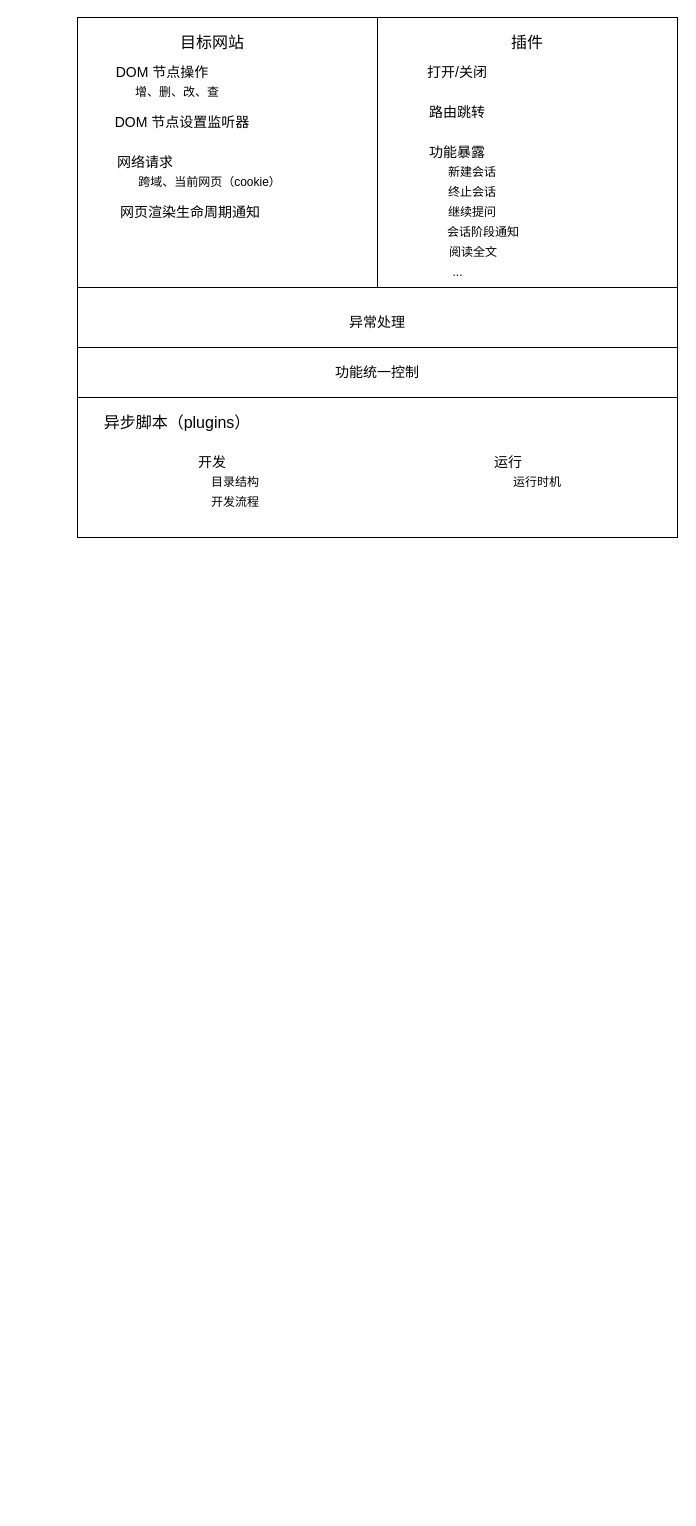
Earlier version of the draw.io diagram file/page-extension.drawio (LLwill/drow.io). Source tidied: cells renumbered, new cells numbered last; positions are measured from the earlier drawing's top-left corner, leaving out a move shared by most shapes. Both pictures are drawn from the tidied source at 100%, with x=0, y=0 at pixel (77, 17).
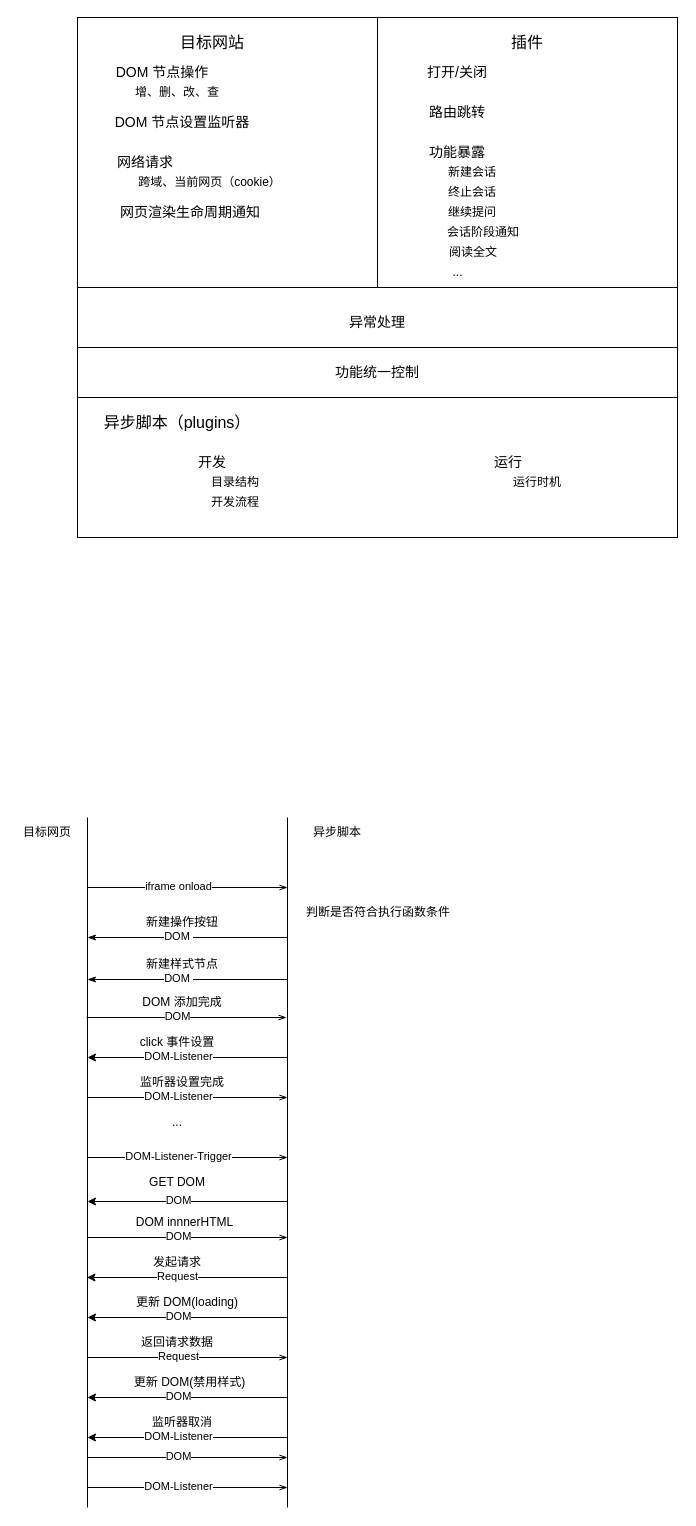
The same diagram, later.

What changed in the source:
```diff
@@
+    <mxCell id="32" style="endArrow=none;html=1;rounded=0;" parent="1" edge="1">
+      <mxGeometry relative="1" as="geometry">
+        <mxPoint x="10" y="1490" as="sourcePoint" />
+        <mxPoint x="10" y="800" as="targetPoint" />
+      </mxGeometry>
+    </mxCell>
+    <mxCell id="33" style="endArrow=none;html=1;rounded=0;" parent="1" edge="1">
+      <mxGeometry relative="1" as="geometry">
+        <mxPoint x="210" y="1490" as="sourcePoint" />
+        <mxPoint x="210" y="800" as="targetPoint" />
+      </mxGeometry>
+    </mxCell>
+    <mxCell id="34" value="目标网页" style="text;html=1;align=center;verticalAlign=middle;whiteSpace=wrap;rounded=0;" parent="1" vertex="1">
+      <mxGeometry x="-60" y="800" width="60" height="30" as="geometry" />
+    </mxCell>
+    <mxCell id="35" value="异步脚本" style="text;html=1;align=center;verticalAlign=middle;whiteSpace=wrap;rounded=0;" parent="1" vertex="1">
+      <mxGeometry x="230" y="800" width="60" height="30" as="geometry" />
+    </mxCell>
+    <mxCell id="36" style="endArrow=openThin;html=1;rounded=0;endFill=0;" parent="1" edge="1">
+      <mxGeometry relative="1" as="geometry">
+        <mxPoint x="10" y="870" as="sourcePoint" />
+        <mxPoint x="210" y="870" as="targetPoint" />
+      </mxGeometry>
+    </mxCell>
+    <mxCell id="37" value="iframe onload" style="edgeLabel;html=1;align=center;verticalAlign=middle;" parent="36" vertex="1">
+      <mxGeometry x="-0.26" y="2" relative="1" as="geometry">
+        <mxPoint x="16" as="offset" />
+      </mxGeometry>
+    </mxCell>
+    <mxCell id="38" style="group;" parent="1" vertex="1">
+      <mxGeometry x="10" y="890" width="200" height="30" as="geometry" />
+    </mxCell>
+    <mxCell id="39" style="endArrow=none;html=1;rounded=0;endFill=0;startArrow=classicThin;startFill=1;" parent="38" edge="1">
+      <mxGeometry relative="1" as="geometry">
+        <mxPoint y="30" as="sourcePoint" />
+        <mxPoint x="200" y="30" as="targetPoint" />
+      </mxGeometry>
+    </mxCell>
+    <mxCell id="40" value="DOM&amp;nbsp;" style="edgeLabel;html=1;align=center;verticalAlign=middle;" parent="39" vertex="1">
+      <mxGeometry x="-0.26" y="2" relative="1" as="geometry">
+        <mxPoint x="16" as="offset" />
+      </mxGeometry>
+    </mxCell>
+    <mxCell id="41" value="新建操作按钮" style="text;html=1;align=center;verticalAlign=middle;whiteSpace=wrap;rounded=0;" parent="38" vertex="1">
+      <mxGeometry x="55" width="80" height="30" as="geometry" />
+    </mxCell>
+    <mxCell id="42" style="group;" parent="1" vertex="1">
+      <mxGeometry x="10" y="932" width="200" height="30" as="geometry" />
+    </mxCell>
+    <mxCell id="43" style="endArrow=none;html=1;rounded=0;endFill=0;startArrow=classicThin;startFill=1;" parent="42" edge="1">
+      <mxGeometry relative="1" as="geometry">
+        <mxPoint y="30" as="sourcePoint" />
+        <mxPoint x="200" y="30" as="targetPoint" />
+      </mxGeometry>
+    </mxCell>
+    <mxCell id="44" value="DOM&amp;nbsp;" style="edgeLabel;html=1;align=center;verticalAlign=middle;" parent="43" vertex="1">
+      <mxGeometry x="-0.26" y="2" relative="1" as="geometry">
+        <mxPoint x="16" as="offset" />
+      </mxGeometry>
+    </mxCell>
+    <mxCell id="45" value="新建样式节点" style="text;html=1;align=center;verticalAlign=middle;whiteSpace=wrap;rounded=0;" parent="42" vertex="1">
+      <mxGeometry x="55" width="80" height="30" as="geometry" />
+    </mxCell>
+    <mxCell id="46" style="endArrow=openThin;html=1;rounded=0;endFill=0;" parent="1" edge="1">
+      <mxGeometry relative="1" as="geometry">
+        <mxPoint x="9" y="1000" as="sourcePoint" />
+        <mxPoint x="209" y="1000" as="targetPoint" />
+      </mxGeometry>
+    </mxCell>
+    <mxCell id="47" value="DOM" style="edgeLabel;html=1;align=center;verticalAlign=middle;" parent="46" vertex="1">
+      <mxGeometry x="-0.26" y="2" relative="1" as="geometry">
+        <mxPoint x="16" as="offset" />
+      </mxGeometry>
+    </mxCell>
+    <mxCell id="48" value="DOM 添加完成" style="text;html=1;align=center;verticalAlign=middle;whiteSpace=wrap;rounded=0;" parent="1" vertex="1">
+      <mxGeometry x="60" y="970" width="90" height="30" as="geometry" />
+    </mxCell>
+    <mxCell id="49" style="endArrow=none;html=1;rounded=0;endFill=0;startArrow=classic;startFill=1;" parent="1" edge="1">
+      <mxGeometry relative="1" as="geometry">
+        <mxPoint x="10" y="1040" as="sourcePoint" />
+        <mxPoint x="210" y="1040" as="targetPoint" />
+      </mxGeometry>
+    </mxCell>
+    <mxCell id="50" value="DOM-Listener" style="edgeLabel;html=1;align=center;verticalAlign=middle;" parent="49" vertex="1">
+      <mxGeometry x="-0.26" y="2" relative="1" as="geometry">
+        <mxPoint x="16" as="offset" />
+      </mxGeometry>
+    </mxCell>
+    <mxCell id="51" value="判断是否符合执行函数条件" style="text;html=1;align=center;verticalAlign=middle;whiteSpace=wrap;rounded=0;" parent="1" vertex="1">
+      <mxGeometry x="216" y="880" width="170" height="30" as="geometry" />
+    </mxCell>
+    <mxCell id="52" style="endArrow=openThin;html=1;rounded=0;endFill=0;startArrow=none;startFill=0;" parent="1" edge="1">
+      <mxGeometry relative="1" as="geometry">
+        <mxPoint x="10" y="1080" as="sourcePoint" />
+        <mxPoint x="210" y="1080" as="targetPoint" />
+      </mxGeometry>
+    </mxCell>
+    <mxCell id="53" value="DOM-Listener" style="edgeLabel;html=1;align=center;verticalAlign=middle;" parent="52" vertex="1">
+      <mxGeometry x="-0.26" y="2" relative="1" as="geometry">
+        <mxPoint x="16" as="offset" />
+      </mxGeometry>
+    </mxCell>
+    <mxCell id="54" value="监听器取消" style="text;html=1;align=center;verticalAlign=middle;whiteSpace=wrap;rounded=0;" parent="1" vertex="1">
+      <mxGeometry x="55" y="1390" width="100" height="30" as="geometry" />
+    </mxCell>
+    <mxCell id="55" value="..." style="text;html=1;align=center;verticalAlign=middle;whiteSpace=wrap;rounded=0;" parent="1" vertex="1">
+      <mxGeometry x="70" y="1090" width="60" height="30" as="geometry" />
+    </mxCell>
+    <mxCell id="56" style="endArrow=none;html=1;rounded=0;endFill=0;startArrow=classic;startFill=1;" parent="1" edge="1">
+      <mxGeometry relative="1" as="geometry">
+        <mxPoint x="10" y="1184" as="sourcePoint" />
+        <mxPoint x="210" y="1184" as="targetPoint" />
+      </mxGeometry>
+    </mxCell>
+    <mxCell id="57" value="DOM" style="edgeLabel;html=1;align=center;verticalAlign=middle;" parent="56" vertex="1">
+      <mxGeometry x="-0.26" y="2" relative="1" as="geometry">
+        <mxPoint x="16" as="offset" />
+      </mxGeometry>
+    </mxCell>
+    <mxCell id="58" style="endArrow=openThin;html=1;rounded=0;endFill=0;startArrow=none;startFill=0;" parent="1" edge="1">
+      <mxGeometry relative="1" as="geometry">
+        <mxPoint x="10" y="1140" as="sourcePoint" />
+        <mxPoint x="210" y="1140" as="targetPoint" />
+      </mxGeometry>
+    </mxCell>
+    <mxCell id="59" value="DOM-Listener-Trigger" style="edgeLabel;html=1;align=center;verticalAlign=middle;" parent="58" vertex="1">
+      <mxGeometry x="-0.26" y="2" relative="1" as="geometry">
+        <mxPoint x="16" as="offset" />
+      </mxGeometry>
+    </mxCell>
+    <mxCell id="60" value="GET DOM" style="text;html=1;align=center;verticalAlign=middle;whiteSpace=wrap;rounded=0;" parent="1" vertex="1">
+      <mxGeometry x="70" y="1150" width="60" height="30" as="geometry" />
+    </mxCell>
+    <mxCell id="61" style="endArrow=openThin;html=1;rounded=0;endFill=0;startArrow=none;startFill=0;" parent="1" edge="1">
+      <mxGeometry relative="1" as="geometry">
+        <mxPoint x="10" y="1220" as="sourcePoint" />
+        <mxPoint x="210" y="1220" as="targetPoint" />
+      </mxGeometry>
+    </mxCell>
+    <mxCell id="62" value="DOM" style="edgeLabel;html=1;align=center;verticalAlign=middle;" parent="61" vertex="1">
+      <mxGeometry x="-0.26" y="2" relative="1" as="geometry">
+        <mxPoint x="16" as="offset" />
+      </mxGeometry>
+    </mxCell>
+    <mxCell id="63" value="DOM innnerHTML" style="text;html=1;align=center;verticalAlign=middle;whiteSpace=wrap;rounded=0;" parent="1" vertex="1">
+      <mxGeometry x="55" y="1190" width="105" height="30" as="geometry" />
+    </mxCell>
+    <mxCell id="64" style="endArrow=none;html=1;rounded=0;endFill=0;startArrow=classic;startFill=1;" parent="1" edge="1">
+      <mxGeometry relative="1" as="geometry">
+        <mxPoint x="9.5" y="1260" as="sourcePoint" />
+        <mxPoint x="209.5" y="1260" as="targetPoint" />
+      </mxGeometry>
+    </mxCell>
+    <mxCell id="65" value="Request" style="edgeLabel;html=1;align=center;verticalAlign=middle;" parent="64" vertex="1">
+      <mxGeometry x="-0.26" y="2" relative="1" as="geometry">
+        <mxPoint x="16" as="offset" />
+      </mxGeometry>
+    </mxCell>
+    <mxCell id="66" style="endArrow=none;html=1;rounded=0;endFill=0;startArrow=classic;startFill=1;" parent="1" edge="1">
+      <mxGeometry relative="1" as="geometry">
+        <mxPoint x="10" y="1300" as="sourcePoint" />
+        <mxPoint x="210" y="1300" as="targetPoint" />
+      </mxGeometry>
+    </mxCell>
+    <mxCell id="67" value="DOM" style="edgeLabel;html=1;align=center;verticalAlign=middle;" parent="66" vertex="1">
+      <mxGeometry x="-0.26" y="2" relative="1" as="geometry">
+        <mxPoint x="16" as="offset" />
+      </mxGeometry>
+    </mxCell>
+    <mxCell id="68" value="更新 DOM(loading)" style="text;html=1;align=center;verticalAlign=middle;whiteSpace=wrap;rounded=0;" parent="1" vertex="1">
+      <mxGeometry x="55" y="1270" width="110" height="30" as="geometry" />
+    </mxCell>
+    <mxCell id="69" value="发起请求" style="text;html=1;align=center;verticalAlign=middle;whiteSpace=wrap;rounded=0;" parent="1" vertex="1">
+      <mxGeometry x="45" y="1230" width="110" height="30" as="geometry" />
+    </mxCell>
+    <mxCell id="70" style="endArrow=openThin;html=1;rounded=0;endFill=0;startArrow=none;startFill=0;" parent="1" edge="1">
+      <mxGeometry relative="1" as="geometry">
+        <mxPoint x="10" y="1340" as="sourcePoint" />
+        <mxPoint x="210" y="1340" as="targetPoint" />
+      </mxGeometry>
+    </mxCell>
+    <mxCell id="71" value="Request" style="edgeLabel;html=1;align=center;verticalAlign=middle;" parent="70" vertex="1">
+      <mxGeometry x="-0.26" y="2" relative="1" as="geometry">
+        <mxPoint x="16" as="offset" />
+      </mxGeometry>
+    </mxCell>
+    <mxCell id="72" value="返回请求数据" style="text;html=1;align=center;verticalAlign=middle;whiteSpace=wrap;rounded=0;" parent="1" vertex="1">
+      <mxGeometry x="45" y="1310" width="110" height="30" as="geometry" />
+    </mxCell>
+    <mxCell id="73" style="endArrow=none;html=1;rounded=0;endFill=0;startArrow=classic;startFill=1;" parent="1" edge="1">
+      <mxGeometry relative="1" as="geometry">
+        <mxPoint x="10" y="1380" as="sourcePoint" />
+        <mxPoint x="210" y="1380" as="targetPoint" />
+      </mxGeometry>
+    </mxCell>
+    <mxCell id="74" value="DOM" style="edgeLabel;html=1;align=center;verticalAlign=middle;" parent="73" vertex="1">
+      <mxGeometry x="-0.26" y="2" relative="1" as="geometry">
+        <mxPoint x="16" as="offset" />
+      </mxGeometry>
+    </mxCell>
+    <mxCell id="75" value="更新 DOM(禁用样式)" style="text;html=1;align=center;verticalAlign=middle;whiteSpace=wrap;rounded=0;" parent="1" vertex="1">
+      <mxGeometry x="55" y="1350" width="115" height="30" as="geometry" />
+    </mxCell>
+    <mxCell id="76" style="endArrow=none;html=1;rounded=0;endFill=0;startArrow=classic;startFill=1;" parent="1" edge="1">
+      <mxGeometry relative="1" as="geometry">
+        <mxPoint x="10" y="1420" as="sourcePoint" />
+        <mxPoint x="210" y="1420" as="targetPoint" />
+      </mxGeometry>
+    </mxCell>
+    <mxCell id="77" value="DOM-Listener" style="edgeLabel;html=1;align=center;verticalAlign=middle;" parent="76" vertex="1">
+      <mxGeometry x="-0.26" y="2" relative="1" as="geometry">
+        <mxPoint x="16" as="offset" />
+      </mxGeometry>
+    </mxCell>
+    <mxCell id="78" value="click 事件设置" style="text;html=1;align=center;verticalAlign=middle;whiteSpace=wrap;rounded=0;" parent="1" vertex="1">
+      <mxGeometry x="50" y="1010" width="100" height="30" as="geometry" />
+    </mxCell>
+    <mxCell id="79" value="监听器设置完成" style="text;html=1;align=center;verticalAlign=middle;whiteSpace=wrap;rounded=0;" parent="1" vertex="1">
+      <mxGeometry x="55" y="1050" width="100" height="30" as="geometry" />
+    </mxCell>
+    <mxCell id="80" style="endArrow=openThin;html=1;rounded=0;endFill=0;startArrow=none;startFill=0;" parent="1" edge="1">
+      <mxGeometry relative="1" as="geometry">
+        <mxPoint x="10" y="1440" as="sourcePoint" />
+        <mxPoint x="210" y="1440" as="targetPoint" />
+      </mxGeometry>
+    </mxCell>
+    <mxCell id="81" value="DOM" style="edgeLabel;html=1;align=center;verticalAlign=middle;" parent="80" vertex="1">
+      <mxGeometry x="-0.26" y="2" relative="1" as="geometry">
+        <mxPoint x="16" as="offset" />
+      </mxGeometry>
+    </mxCell>
+    <mxCell id="82" style="endArrow=openThin;html=1;rounded=0;endFill=0;startArrow=none;startFill=0;" parent="1" edge="1">
+      <mxGeometry relative="1" as="geometry">
+        <mxPoint x="10" y="1470" as="sourcePoint" />
+        <mxPoint x="210" y="1470" as="targetPoint" />
+      </mxGeometry>
+    </mxCell>
+    <mxCell id="83" value="DOM-Listener" style="edgeLabel;html=1;align=center;verticalAlign=middle;" parent="82" vertex="1">
+      <mxGeometry x="-0.26" y="2" relative="1" as="geometry">
+        <mxPoint x="16" as="offset" />
+      </mxGeometry>
+    </mxCell>
```
